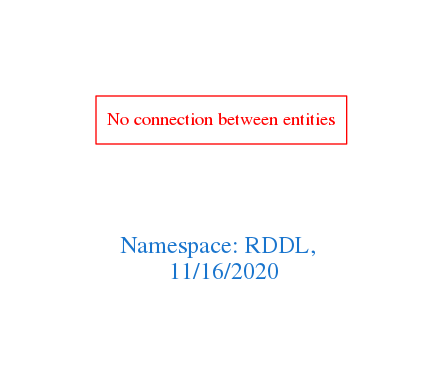
Before: downloads/RDDL.png, a diagram exported from Graphviz (arago/OGIT). Its source is kept beside it as downloads/RDDL.dot.
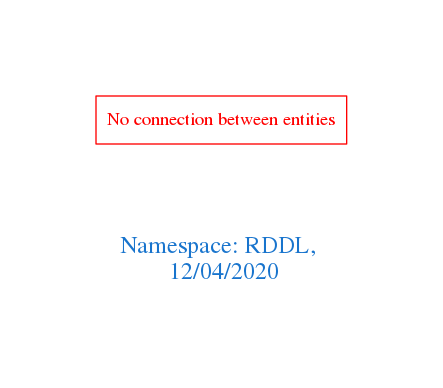
The same file after the commit.

The edit, as a diff of the source:
```diff
@@ -1,7 +1,7 @@
 digraph OGIT_ontology {
  graph [ rankdir= LR,pad=1
 fontsize = 18,
-fontcolor= dodgerblue3,label = "\n\n\nNamespace: RDDL, \n 11/16/2020"];
+fontcolor= dodgerblue3,label = "\n\n\nNamespace: RDDL, \n 12/04/2020"];
 node[shape=polygon];
 edge [  color="gray81"];
 
```
